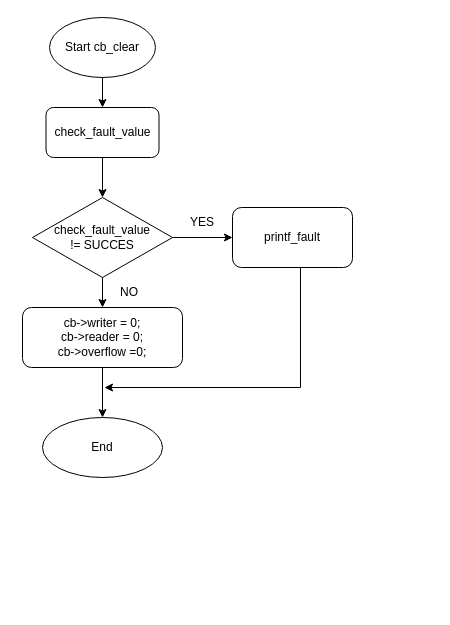
This is Biểu đồ không có tiêu đề.drawio from NhatKha17/baitap, a draw.io file, before an edit. Source tidied: cells renumbered, new cells numbered last; positions are measured from the earlier drawing's top-left corner, leaving out a move shared by most shapes. Both pictures are drawn from the tidied source at 100%, with x=0, y=0 at pixel (22, 17).
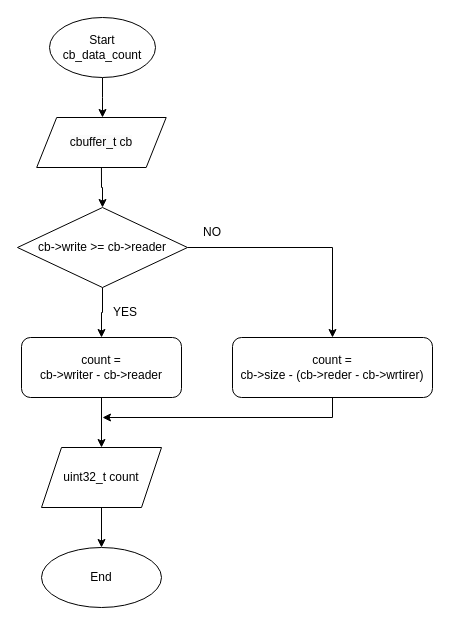
The same page after the edit.

Change to the diagram source:
```diff
@@
-    <mxCell id="2" style="edgeStyle=orthogonalEdgeStyle;rounded=0;jettySize=auto;html=1;entryX=0.5;entryY=0;entryDx=0;entryDy=0;" parent="1" edge="1" source="3" target="5">
-      <mxGeometry relative="1" as="geometry" />
+    <mxCell id="2" style="edgeStyle=orthogonalEdgeStyle;rounded=0;jettySize=auto;html=1;entryX=0.5;entryY=0;entryDx=0;entryDy=0;entryPerimeter=0;" parent="1" edge="1" source="3">
+      <mxGeometry relative="1" as="geometry">
+        <mxPoint x="80" y="100" as="targetPoint" />
+      </mxGeometry>
     </mxCell>
-    <mxCell id="3" value="Start cb_clear" style="ellipse;whiteSpace=wrap;html=1;" parent="1" vertex="1">
+    <mxCell id="3" value="Start cb_data_count" style="ellipse;whiteSpace=wrap;html=1;" parent="1" vertex="1">
       <mxGeometry x="27" width="106" height="60" as="geometry" />
     </mxCell>
-    <mxCell id="4" style="edgeStyle=orthogonalEdgeStyle;rounded=0;jettySize=auto;html=1;entryX=0.5;entryY=0;entryDx=0;entryDy=0;" parent="1" edge="1" source="5" target="8">
-      <mxGeometry relative="1" as="geometry" />
-    </mxCell>
-    <mxCell id="5" value="check_fault_value" style="rounded=1;whiteSpace=wrap;html=1;" parent="1" vertex="1">
-      <mxGeometry x="23.5" y="90" width="113" height="50" as="geometry" />
-    </mxCell>
@@
-    <mxCell id="8" value="check_fault_value&lt;br&gt;!= SUCCES" style="rhombus;whiteSpace=wrap;html=1;" parent="1" vertex="1">
-      <mxGeometry x="10" y="180" width="140" height="80" as="geometry" />
+    <mxCell id="8" value="cb-&amp;gt;write &amp;gt;= cb-&amp;gt;reader" style="rhombus;whiteSpace=wrap;html=1;" parent="1" vertex="1">
+      <mxGeometry x="-5" y="190" width="170" height="80" as="geometry" />
     </mxCell>
-    <mxCell id="9" style="edgeStyle=orthogonalEdgeStyle;rounded=0;orthogonalLoop=1;jettySize=auto;html=1;" parent="1" edge="1">
-      <mxGeometry relative="1" as="geometry">
-        <mxPoint x="276.5" y="190" as="sourcePoint" />
-        <mxPoint x="82" y="370" as="targetPoint" />
-        <Array as="points">
-          <mxPoint x="278" y="190" />
-          <mxPoint x="278" y="370" />
-        </Array>
-      </mxGeometry>
-    </mxCell>
+    <mxCell id="16" style="edgeStyle=orthogonalEdgeStyle;rounded=0;jettySize=auto;html=1;" parent="1" edge="1" source="10">
+      <mxGeometry relative="1" as="geometry">
+        <mxPoint x="80" y="400" as="targetPoint" />
+        <Array as="points">
+          <mxPoint x="310" y="400" />
+        </Array>
+      </mxGeometry>
+    </mxCell>
-    <mxCell id="10" value="printf_fault" style="rounded=1;whiteSpace=wrap;html=1;" parent="1" vertex="1">
-      <mxGeometry x="210" y="190" width="120" height="60" as="geometry" />
+    <mxCell id="10" value="count = &lt;br&gt;cb-&amp;gt;size - (cb-&amp;gt;reder - cb-&amp;gt;wrtirer)" style="rounded=1;whiteSpace=wrap;html=1;" parent="1" vertex="1">
+      <mxGeometry x="210" y="320" width="200" height="60" as="geometry" />
     </mxCell>
-    <mxCell id="11" style="edgeStyle=orthogonalEdgeStyle;rounded=0;jettySize=auto;html=1;entryX=0.5;entryY=0;entryDx=0;entryDy=0;" parent="1" edge="1" source="12" target="15">
+    <mxCell id="11" style="edgeStyle=orthogonalEdgeStyle;rounded=0;jettySize=auto;html=1;entryX=0.5;entryY=0;entryDx=0;entryDy=0;" parent="1" edge="1" source="12" target="20">
       <mxGeometry relative="1" as="geometry" />
     </mxCell>
-    <mxCell id="12" value="cb-&amp;gt;writer = 0;&lt;br&gt;cb-&amp;gt;reader = 0;&lt;br&gt;cb-&amp;gt;overflow =0;" style="rounded=1;whiteSpace=wrap;html=1;" parent="1" vertex="1">
-      <mxGeometry y="290" width="160" height="60" as="geometry" />
+    <mxCell id="12" value="count =&lt;br&gt;cb-&amp;gt;writer - cb-&amp;gt;reader" style="rounded=1;whiteSpace=wrap;html=1;" parent="1" vertex="1">
+      <mxGeometry x="-1" y="320" width="160" height="60" as="geometry" />
     </mxCell>
     <mxCell id="13" value="YES" style="text;html=1;strokeColor=none;fillColor=none;align=center;verticalAlign=middle;whiteSpace=wrap;rounded=0;" parent="1" vertex="1">
-      <mxGeometry x="150" y="190" width="60" height="30" as="geometry" />
+      <mxGeometry x="73" y="280" width="60" height="30" as="geometry" />
     </mxCell>
     <mxCell id="14" value="NO" style="text;html=1;strokeColor=none;fillColor=none;align=center;verticalAlign=middle;whiteSpace=wrap;rounded=0;" parent="1" vertex="1">
-      <mxGeometry x="76.5" y="260" width="60" height="30" as="geometry" />
+      <mxGeometry x="160" y="200" width="60" height="30" as="geometry" />
     </mxCell>
     <mxCell id="15" value="End" style="ellipse;whiteSpace=wrap;html=1;" parent="1" vertex="1">
-      <mxGeometry x="20" y="400" width="120" height="60" as="geometry" />
+      <mxGeometry x="19" y="530" width="120" height="60" as="geometry" />
     </mxCell>
+    <mxCell id="17" style="edgeStyle=orthogonalEdgeStyle;rounded=0;jettySize=auto;html=1;exitX=0.5;exitY=1;exitDx=0;exitDy=0;entryX=0.5;entryY=0;entryDx=0;entryDy=0;" parent="1" edge="1" source="18" target="8">
+      <mxGeometry relative="1" as="geometry" />
+    </mxCell>
+    <mxCell id="18" value="&lt;span style=&quot;color: rgb(0, 0, 0); font-family: Helvetica; font-size: 12px; font-style: normal; font-variant-ligatures: normal; font-variant-caps: normal; font-weight: 400; letter-spacing: normal; orphans: 2; text-align: center; text-indent: 0px; text-transform: none; widows: 2; word-spacing: 0px; -webkit-text-stroke-width: 0px; background-color: rgb(251, 251, 251); text-decoration-thickness: initial; text-decoration-style: initial; text-decoration-color: initial; float: none; display: inline !important;&quot;&gt;cbuffer_t cb&lt;/span&gt;" style="shape=parallelogram;perimeter=parallelogramPerimeter;whiteSpace=wrap;html=1;fixedSize=1;" parent="1" vertex="1">
+      <mxGeometry x="14.2" y="100" width="129.5" height="50" as="geometry" />
+    </mxCell>
+    <mxCell id="19" style="edgeStyle=orthogonalEdgeStyle;rounded=0;jettySize=auto;html=1;entryX=0.5;entryY=0;entryDx=0;entryDy=0;" parent="1" edge="1" source="20" target="15">
+      <mxGeometry relative="1" as="geometry" />
+    </mxCell>
+    <mxCell id="20" value="uint32_t count" style="shape=parallelogram;perimeter=parallelogramPerimeter;whiteSpace=wrap;html=1;fixedSize=1;" parent="1" vertex="1">
+      <mxGeometry x="19" y="430" width="120" height="60" as="geometry" />
+    </mxCell>
```
